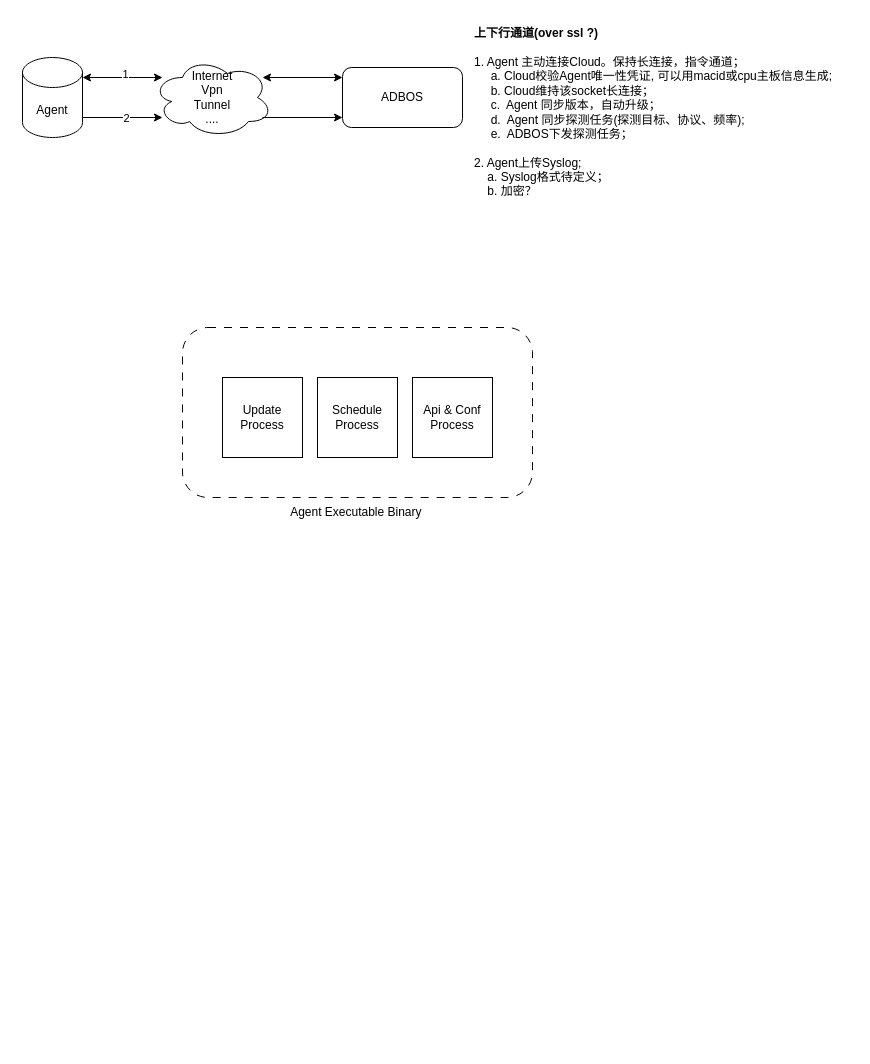
Before: 未命名绘图.drawio in caihuayu0322/drawio-github, a draw.io diagram. Source tidied: cells renumbered, new cells numbered last; positions are measured from the earlier drawing's top-left corner, leaving out a move shared by most shapes. Both pictures are drawn from the tidied source at 100%, with x=0, y=0 at pixel (22, 17).
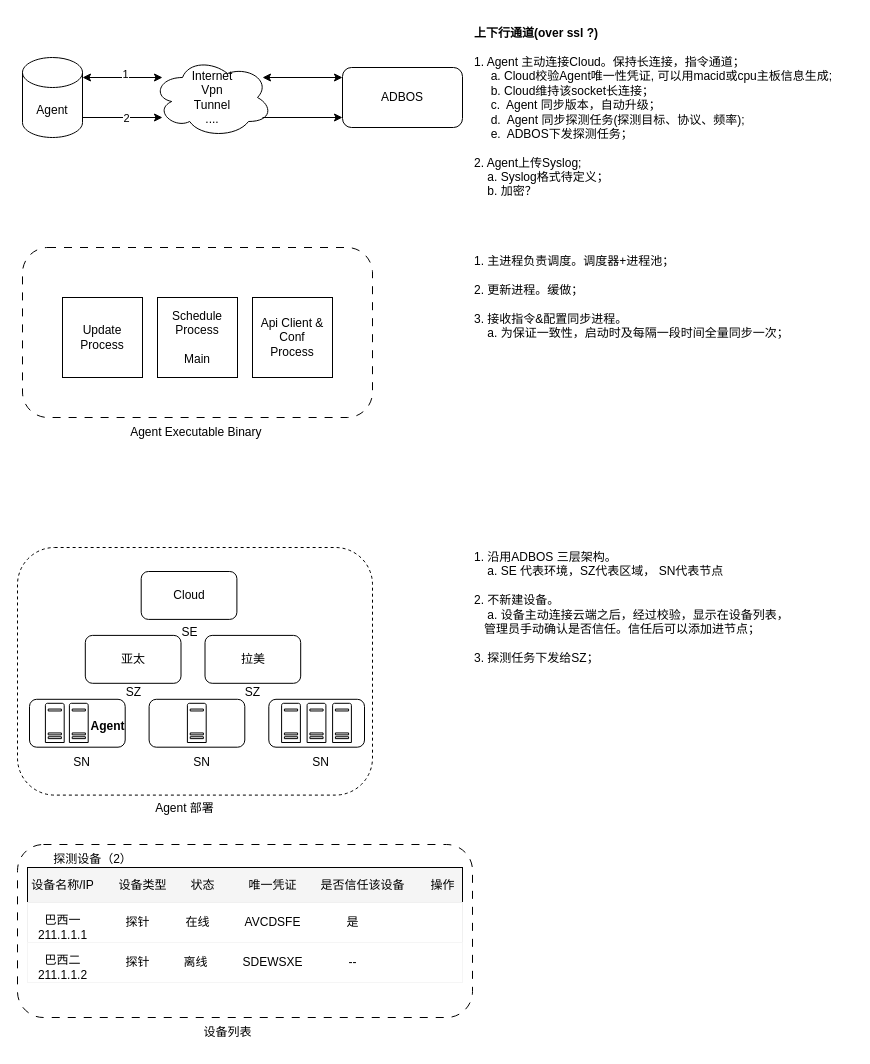
Above is the later version.

Commit message:
Update 未命名绘图.drawio

Diff of the diagram source:
```diff
@@
-    <mxCell id="7" style="rounded=1;whiteSpace=wrap;html=1;dashed=1;dashPattern=8 8;fillColor=none;" parent="1" vertex="1">
-      <mxGeometry x="160" y="310" width="350" height="170" as="geometry" />
-    </mxCell>
@@
+    <mxCell id="17" value="1. 主进程负责调度。调度器+进程池；&lt;div&gt;&lt;br&gt;&lt;div&gt;2. 更新进程。缓做；&lt;/div&gt;&lt;div&gt;&lt;br&gt;&lt;/div&gt;&lt;div&gt;3. 接收指令&amp;amp;配置同步进程。&lt;/div&gt;&lt;div&gt;&amp;nbsp; &amp;nbsp; a.&amp;nbsp;&lt;span style=&quot;background-color: initial;&quot;&gt;为保证一致性，启动时及每隔一段时间全量同步一次；&lt;/span&gt;&lt;/div&gt;&lt;/div&gt;" style="text;html=1;align=left;verticalAlign=middle;strokeColor=none;fillColor=none;" parent="1" vertex="1">
+      <mxGeometry x="450" y="230" width="340" height="100" as="geometry" />
+    </mxCell>
+    <mxCell id="18" style="group;" parent="1" vertex="1">
+      <mxGeometry y="230" width="350" height="200" as="geometry" />
+    </mxCell>
+    <mxCell id="7" style="rounded=1;whiteSpace=wrap;html=1;dashed=1;dashPattern=8 8;fillColor=none;" parent="18" vertex="1">
+      <mxGeometry width="350" height="170" as="geometry" />
+    </mxCell>
-    <mxCell id="13" value="Update Process" style="whiteSpace=wrap;html=1;" parent="1" vertex="1">
-      <mxGeometry x="200" y="360" width="80" height="80" as="geometry" />
+    <mxCell id="13" value="Update Process" style="whiteSpace=wrap;html=1;" parent="18" vertex="1">
+      <mxGeometry x="40" y="50" width="80" height="80" as="geometry" />
     </mxCell>
-    <mxCell id="14" value="&lt;div&gt;Schedule&lt;/div&gt;&lt;div&gt;Process&lt;/div&gt;" style="whiteSpace=wrap;html=1;" parent="1" vertex="1">
-      <mxGeometry x="295" y="360" width="80" height="80" as="geometry" />
+    <mxCell id="14" value="&lt;div&gt;Schedule&lt;/div&gt;&lt;div&gt;Process&lt;/div&gt;&lt;div&gt;&lt;br&gt;&lt;/div&gt;&lt;div&gt;Main&lt;/div&gt;" style="whiteSpace=wrap;html=1;" parent="18" vertex="1">
+      <mxGeometry x="135" y="50" width="80" height="80" as="geometry" />
     </mxCell>
-    <mxCell id="15" value="&lt;div&gt;Api &amp;amp; Conf&lt;/div&gt;&lt;div&gt;Process&lt;/div&gt;" style="whiteSpace=wrap;html=1;" parent="1" vertex="1">
-      <mxGeometry x="390" y="360" width="80" height="80" as="geometry" />
+    <mxCell id="15" value="&lt;div&gt;Api Client &amp;amp; Conf&lt;/div&gt;&lt;div&gt;Process&lt;/div&gt;" style="whiteSpace=wrap;html=1;" parent="18" vertex="1">
+      <mxGeometry x="230" y="50" width="80" height="80" as="geometry" />
     </mxCell>
-    <mxCell id="16" value="Agent Executable Binary&amp;nbsp;" style="text;html=1;align=center;verticalAlign=middle;strokeColor=none;fillColor=none;" parent="1" vertex="1">
-      <mxGeometry x="255" y="480" width="160" height="30" as="geometry" />
+    <mxCell id="16" value="Agent Executable Binary&amp;nbsp;" style="text;html=1;align=center;verticalAlign=middle;strokeColor=none;fillColor=none;" parent="18" vertex="1">
+      <mxGeometry x="95" y="170" width="160" height="30" as="geometry" />
     </mxCell>
+    <mxCell id="19" style="group;" parent="1" vertex="1">
+      <mxGeometry x="-5" y="530" width="355" height="276" as="geometry" />
+    </mxCell>
+    <mxCell id="20" style="rounded=1;whiteSpace=wrap;html=1;fillColor=none;dashed=1;" parent="19" vertex="1">
+      <mxGeometry width="355" height="247.6" as="geometry" />
+    </mxCell>
+    <mxCell id="21" value="Cloud" style="rounded=1;whiteSpace=wrap;html=1;" parent="19" vertex="1">
+      <mxGeometry x="123.7" y="24" width="95.7" height="47.9" as="geometry" />
+    </mxCell>
+    <mxCell id="22" value="亚太" style="rounded=1;whiteSpace=wrap;html=1;" parent="19" vertex="1">
+      <mxGeometry x="67.8" y="87.9" width="95.7" height="47.9" as="geometry" />
+    </mxCell>
+    <mxCell id="23" value="拉美" style="rounded=1;whiteSpace=wrap;html=1;" parent="19" vertex="1">
+      <mxGeometry x="187.5" y="87.9" width="95.7" height="47.9" as="geometry" />
+    </mxCell>
+    <mxCell id="24" style="rounded=1;whiteSpace=wrap;html=1;" parent="19" vertex="1">
+      <mxGeometry x="12" y="151.8" width="95.7" height="47.9" as="geometry" />
+    </mxCell>
+    <mxCell id="25" style="rounded=1;whiteSpace=wrap;html=1;" parent="19" vertex="1">
+      <mxGeometry x="131.6" y="151.8" width="95.7" height="47.9" as="geometry" />
+    </mxCell>
+    <mxCell id="26" style="rounded=1;whiteSpace=wrap;html=1;" parent="19" vertex="1">
+      <mxGeometry x="251.3" y="151.8" width="95.7" height="47.9" as="geometry" />
+    </mxCell>
+    <mxCell id="27" style="sketch=0;shadow=0;dashed=0;html=1;strokeColor=default;labelPosition=center;verticalLabelPosition=bottom;verticalAlign=top;align=center;fillColor=#FFFFFF;shape=mxgraph.mscae.enterprise.server_generic;fontColor=default;strokeWidth=1;" parent="19" vertex="1">
+      <mxGeometry x="27.9" y="155.8" width="18.8" height="39.2" as="geometry" />
+    </mxCell>
+    <mxCell id="28" style="sketch=0;shadow=0;dashed=0;html=1;strokeColor=default;labelPosition=center;verticalLabelPosition=bottom;verticalAlign=top;align=center;fillColor=#FFFFFF;shape=mxgraph.mscae.enterprise.server_generic;fontColor=default;strokeWidth=1;" parent="19" vertex="1">
+      <mxGeometry x="51.9" y="155.8" width="18.8" height="39.2" as="geometry" />
+    </mxCell>
+    <mxCell id="29" value="SN" style="text;html=1;align=center;verticalAlign=middle;strokeColor=none;fillColor=none;" parent="19" vertex="1">
+      <mxGeometry x="163.5" y="199.7" width="40" height="30" as="geometry" />
+    </mxCell>
+    <mxCell id="30" value="Agent" style="text;html=1;align=center;verticalAlign=middle;strokeColor=none;fillColor=none;fontStyle=1;" parent="19" vertex="1">
+      <mxGeometry x="64.8" y="163.8" width="50" height="30" as="geometry" />
+    </mxCell>
+    <mxCell id="31" value="SN" style="text;html=1;align=center;verticalAlign=middle;strokeColor=none;fillColor=none;" parent="19" vertex="1">
+      <mxGeometry x="43.9" y="199.7" width="40" height="30" as="geometry" />
+    </mxCell>
+    <mxCell id="32" value="SN" style="text;html=1;align=center;verticalAlign=middle;strokeColor=none;fillColor=none;" parent="19" vertex="1">
+      <mxGeometry x="283.2" y="199.7" width="40" height="30" as="geometry" />
+    </mxCell>
+    <mxCell id="33" style="sketch=0;shadow=0;dashed=0;html=1;strokeColor=default;labelPosition=center;verticalLabelPosition=bottom;verticalAlign=top;align=center;fillColor=#FFFFFF;shape=mxgraph.mscae.enterprise.server_generic;fontColor=default;strokeWidth=1;" parent="19" vertex="1">
+      <mxGeometry x="169.9" y="155.8" width="18.8" height="39.2" as="geometry" />
+    </mxCell>
+    <mxCell id="34" style="sketch=0;shadow=0;dashed=0;html=1;strokeColor=default;labelPosition=center;verticalLabelPosition=bottom;verticalAlign=top;align=center;fillColor=#FFFFFF;shape=mxgraph.mscae.enterprise.server_generic;fontColor=default;strokeWidth=1;" parent="19" vertex="1">
+      <mxGeometry x="264.1" y="155.8" width="18.8" height="39.2" as="geometry" />
+    </mxCell>
+    <mxCell id="35" style="sketch=0;shadow=0;dashed=0;html=1;strokeColor=default;labelPosition=center;verticalLabelPosition=bottom;verticalAlign=top;align=center;fillColor=#FFFFFF;shape=mxgraph.mscae.enterprise.server_generic;fontColor=default;strokeWidth=1;" parent="19" vertex="1">
+      <mxGeometry x="289.6" y="155.8" width="18.8" height="39.2" as="geometry" />
+    </mxCell>
+    <mxCell id="36" style="sketch=0;shadow=0;dashed=0;html=1;strokeColor=default;labelPosition=center;verticalLabelPosition=bottom;verticalAlign=top;align=center;fillColor=#FFFFFF;shape=mxgraph.mscae.enterprise.server_generic;fontColor=default;strokeWidth=1;" parent="19" vertex="1">
+      <mxGeometry x="315.1" y="155.8" width="18.8" height="39.2" as="geometry" />
+    </mxCell>
+    <mxCell id="37" value="Agent 部署" style="text;html=1;align=center;verticalAlign=middle;strokeColor=none;fillColor=none;" parent="19" vertex="1">
+      <mxGeometry x="126.7" y="246" width="80" height="30" as="geometry" />
+    </mxCell>
+    <mxCell id="38" value="SE" style="text;html=1;align=center;verticalAlign=middle;strokeColor=none;fillColor=none;" parent="19" vertex="1">
+      <mxGeometry x="151.5" y="70" width="40" height="30" as="geometry" />
+    </mxCell>
+    <mxCell id="39" value="SZ" style="text;html=1;align=center;verticalAlign=middle;strokeColor=none;fillColor=none;" parent="19" vertex="1">
+      <mxGeometry x="215.3" y="129.8" width="40" height="30" as="geometry" />
+    </mxCell>
+    <mxCell id="40" value="SZ" style="text;html=1;align=center;verticalAlign=middle;strokeColor=none;fillColor=none;" parent="19" vertex="1">
+      <mxGeometry x="95.7" y="129.8" width="40" height="30" as="geometry" />
+    </mxCell>
+    <mxCell id="41" value="1. 沿用ADBOS 三层架构。&lt;div&gt;&amp;nbsp; &amp;nbsp; a. SE 代表环境，SZ代表区域， SN代表节点&lt;/div&gt;&lt;div&gt;&lt;br&gt;&lt;/div&gt;&lt;div&gt;2. 不新建设备。&lt;/div&gt;&lt;div&gt;&amp;nbsp; &amp;nbsp; a. 设备主动连接云端之后，经过校验，显示在设备列表，&lt;/div&gt;&lt;div&gt;&amp;nbsp; &amp;nbsp;管理员手动确认是否信任。信任后可以添加进节点；&lt;/div&gt;&lt;div&gt;&lt;br&gt;&lt;/div&gt;&lt;div&gt;3. 探测任务下发给SZ；&lt;/div&gt;" style="text;html=1;align=left;verticalAlign=middle;strokeColor=none;fillColor=none;" parent="1" vertex="1">
+      <mxGeometry x="450" y="525" width="340" height="130" as="geometry" />
+    </mxCell>
+    <mxCell id="42" style="group;" parent="1" vertex="1">
+      <mxGeometry x="-5" y="827" width="455" height="203" as="geometry" />
+    </mxCell>
+    <mxCell id="43" style="rounded=1;whiteSpace=wrap;html=1;fillColor=none;dashed=1;dashPattern=8 8;" parent="42" vertex="1">
+      <mxGeometry width="455" height="173" as="geometry" />
+    </mxCell>
+    <mxCell id="44" value="探测设备（2）" style="text;html=1;align=center;verticalAlign=middle;strokeColor=none;fillColor=none;" parent="42" vertex="1">
+      <mxGeometry x="25" width="100" height="30" as="geometry" />
+    </mxCell>
+    <mxCell id="45" style="group;" parent="42" vertex="1">
+      <mxGeometry y="23" width="450" height="35" as="geometry" />
+    </mxCell>
+    <mxCell id="46" style="rounded=0;whiteSpace=wrap;html=1;fillColor=#F5F5F5;" parent="45" vertex="1">
+      <mxGeometry x="10" width="435" height="35" as="geometry" />
+    </mxCell>
+    <mxCell id="47" value="设备名称/IP" style="text;html=1;align=center;verticalAlign=middle;strokeColor=none;fillColor=none;" parent="45" vertex="1">
+      <mxGeometry y="2.5" width="90" height="30" as="geometry" />
+    </mxCell>
+    <mxCell id="48" value="设备类型" style="text;html=1;align=center;verticalAlign=middle;strokeColor=none;fillColor=none;" parent="45" vertex="1">
+      <mxGeometry x="90" y="2.5" width="70" height="30" as="geometry" />
+    </mxCell>
+    <mxCell id="49" value="状态" style="text;html=1;align=center;verticalAlign=middle;strokeColor=none;fillColor=none;" parent="45" vertex="1">
+      <mxGeometry x="160" y="2.5" width="50" height="30" as="geometry" />
+    </mxCell>
+    <mxCell id="50" value="是否信任该设备" style="text;html=1;align=center;verticalAlign=middle;strokeColor=none;fillColor=none;" parent="45" vertex="1">
+      <mxGeometry x="290" y="2.5" width="110" height="30" as="geometry" />
+    </mxCell>
+    <mxCell id="51" value="操作" style="text;html=1;align=center;verticalAlign=middle;strokeColor=none;fillColor=none;" parent="45" vertex="1">
+      <mxGeometry x="400" y="2.5" width="50" height="30" as="geometry" />
+    </mxCell>
+    <mxCell id="52" value="唯一凭证" style="text;html=1;align=center;verticalAlign=middle;strokeColor=none;fillColor=none;" parent="45" vertex="1">
+      <mxGeometry x="220" y="2.5" width="70" height="30" as="geometry" />
+    </mxCell>
+    <mxCell id="53" style="rounded=0;whiteSpace=wrap;html=1;strokeColor=#f0f0f0;" parent="42" vertex="1">
+      <mxGeometry x="10" y="58" width="435" height="40" as="geometry" />
+    </mxCell>
+    <mxCell id="54" style="rounded=0;whiteSpace=wrap;html=1;strokeColor=#F5F5F5;" parent="42" vertex="1">
+      <mxGeometry x="10" y="98" width="435" height="40" as="geometry" />
+    </mxCell>
+    <mxCell id="55" value="巴西一&lt;div&gt;211.1.1.1&lt;/div&gt;" style="text;html=1;align=center;verticalAlign=middle;strokeColor=none;fillColor=none;" parent="42" vertex="1">
+      <mxGeometry x="10" y="63" width="70" height="40" as="geometry" />
+    </mxCell>
+    <mxCell id="56" value="探针" style="text;html=1;align=center;verticalAlign=middle;strokeColor=none;fillColor=none;" parent="42" vertex="1">
+      <mxGeometry x="95" y="63" width="50" height="30" as="geometry" />
+    </mxCell>
+    <mxCell id="57" value="在线" style="text;html=1;align=center;verticalAlign=middle;strokeColor=none;fillColor=none;" parent="42" vertex="1">
+      <mxGeometry x="155" y="63" width="50" height="30" as="geometry" />
+    </mxCell>
+    <mxCell id="58" value="AVCDSFE" style="text;html=1;align=center;verticalAlign=middle;strokeColor=none;fillColor=none;" parent="42" vertex="1">
+      <mxGeometry x="215" y="63" width="80" height="30" as="geometry" />
+    </mxCell>
+    <mxCell id="59" value="是" style="text;html=1;align=center;verticalAlign=middle;strokeColor=none;fillColor=none;" parent="42" vertex="1">
+      <mxGeometry x="315" y="63" width="40" height="30" as="geometry" />
+    </mxCell>
+    <mxCell id="60" value="巴西二&lt;div&gt;211.1.1.2&lt;/div&gt;" style="text;html=1;align=center;verticalAlign=middle;strokeColor=none;fillColor=none;" parent="42" vertex="1">
+      <mxGeometry x="10" y="103" width="70" height="40" as="geometry" />
+    </mxCell>
+    <mxCell id="61" value="探针" style="text;html=1;align=center;verticalAlign=middle;strokeColor=none;fillColor=none;" parent="42" vertex="1">
+      <mxGeometry x="95" y="103" width="50" height="30" as="geometry" />
+    </mxCell>
+    <mxCell id="62" value="离线" style="text;html=1;align=center;verticalAlign=middle;strokeColor=none;fillColor=none;" parent="42" vertex="1">
+      <mxGeometry x="152.5" y="103" width="50" height="30" as="geometry" />
+    </mxCell>
+    <mxCell id="63" value="SDEWSXE" style="text;html=1;align=center;verticalAlign=middle;strokeColor=none;fillColor=none;" parent="42" vertex="1">
+      <mxGeometry x="215" y="103" width="80" height="30" as="geometry" />
+    </mxCell>
+    <mxCell id="64" value="--" style="text;html=1;align=center;verticalAlign=middle;strokeColor=none;fillColor=none;" parent="42" vertex="1">
+      <mxGeometry x="320" y="103" width="30" height="30" as="geometry" />
+    </mxCell>
+    <mxCell id="65" value="设备列表" style="text;html=1;align=center;verticalAlign=middle;strokeColor=none;fillColor=none;" parent="42" vertex="1">
+      <mxGeometry x="175" y="173" width="70" height="30" as="geometry" />
+    </mxCell>
```
